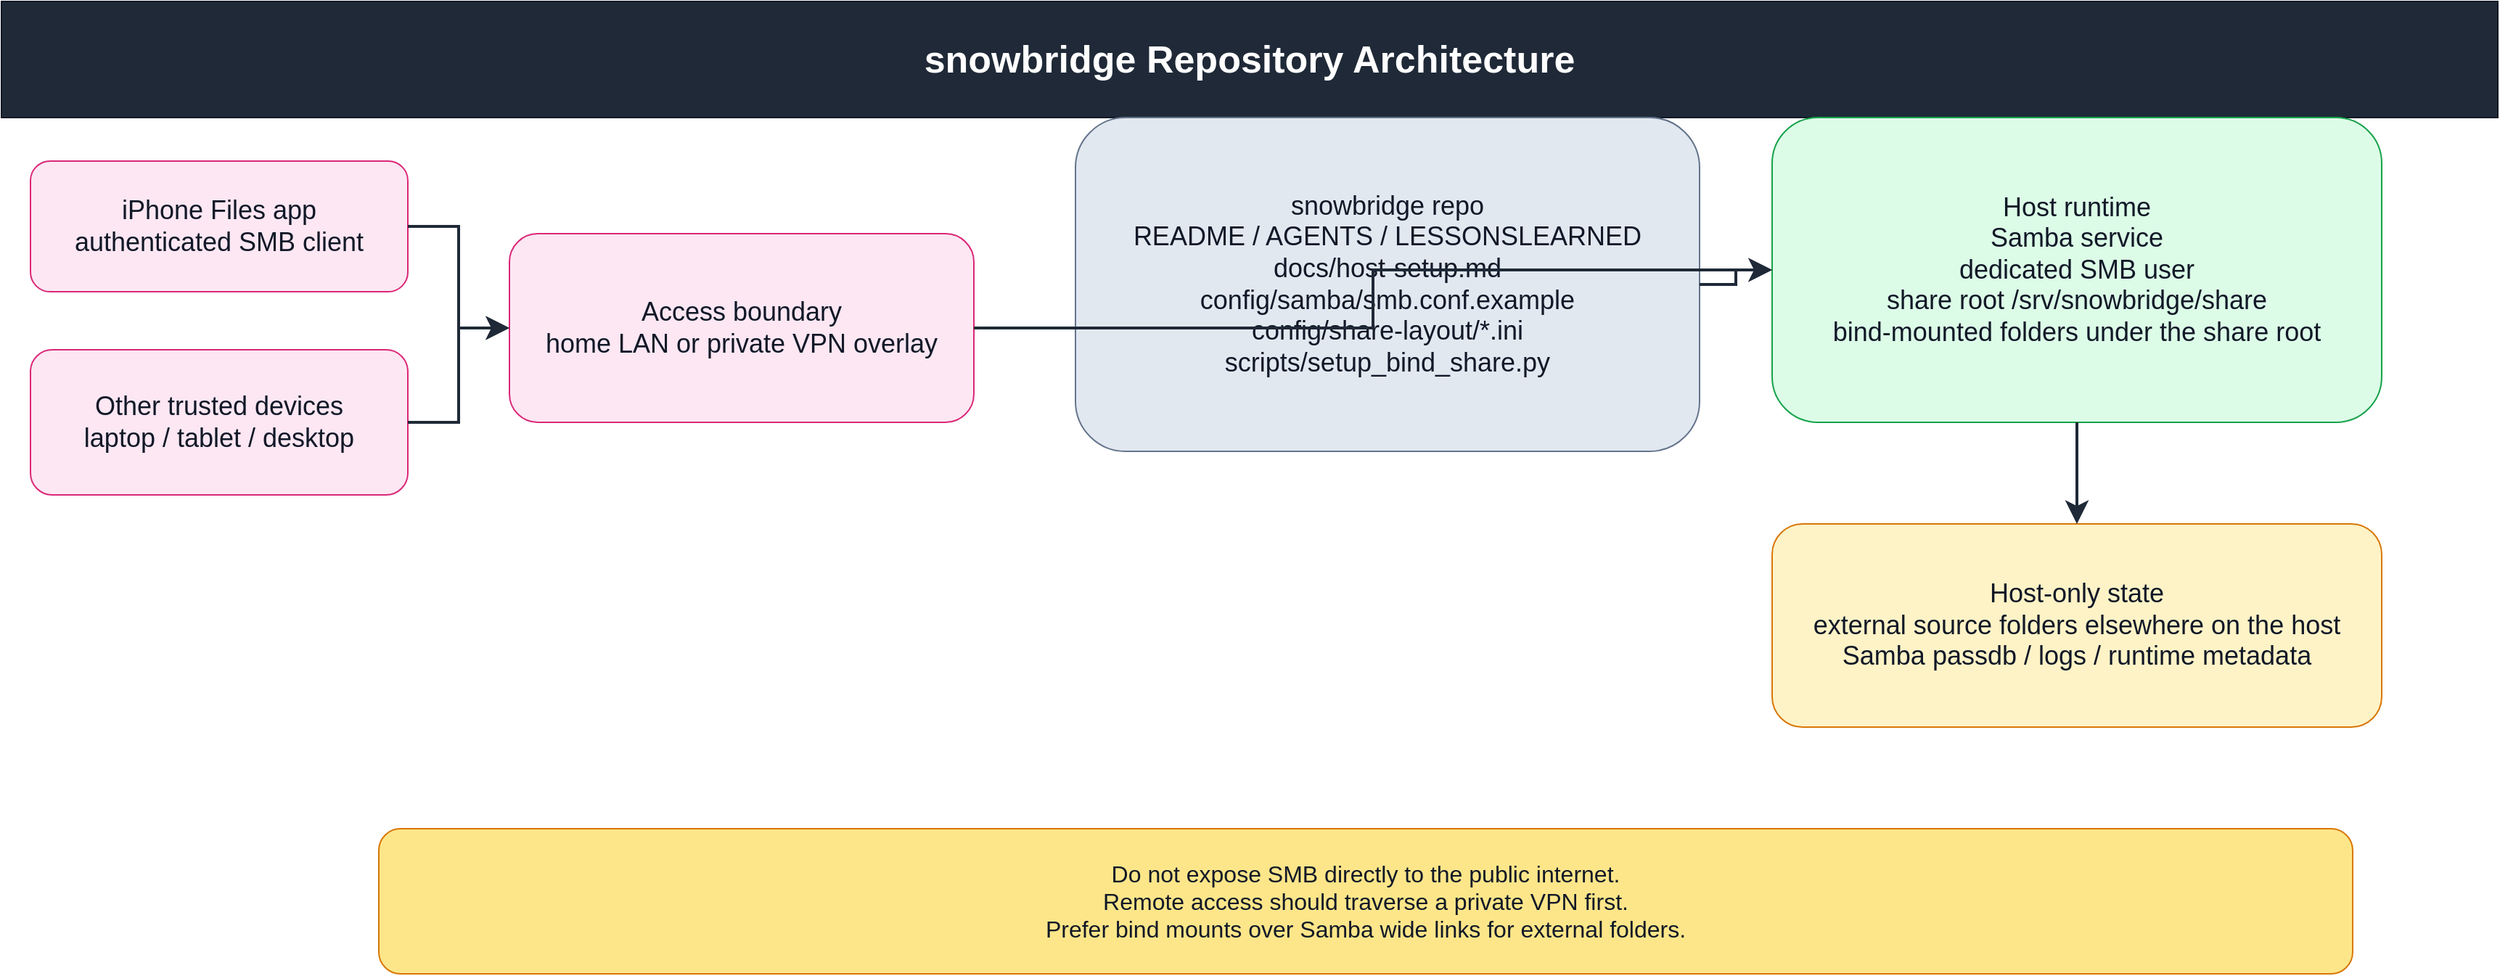
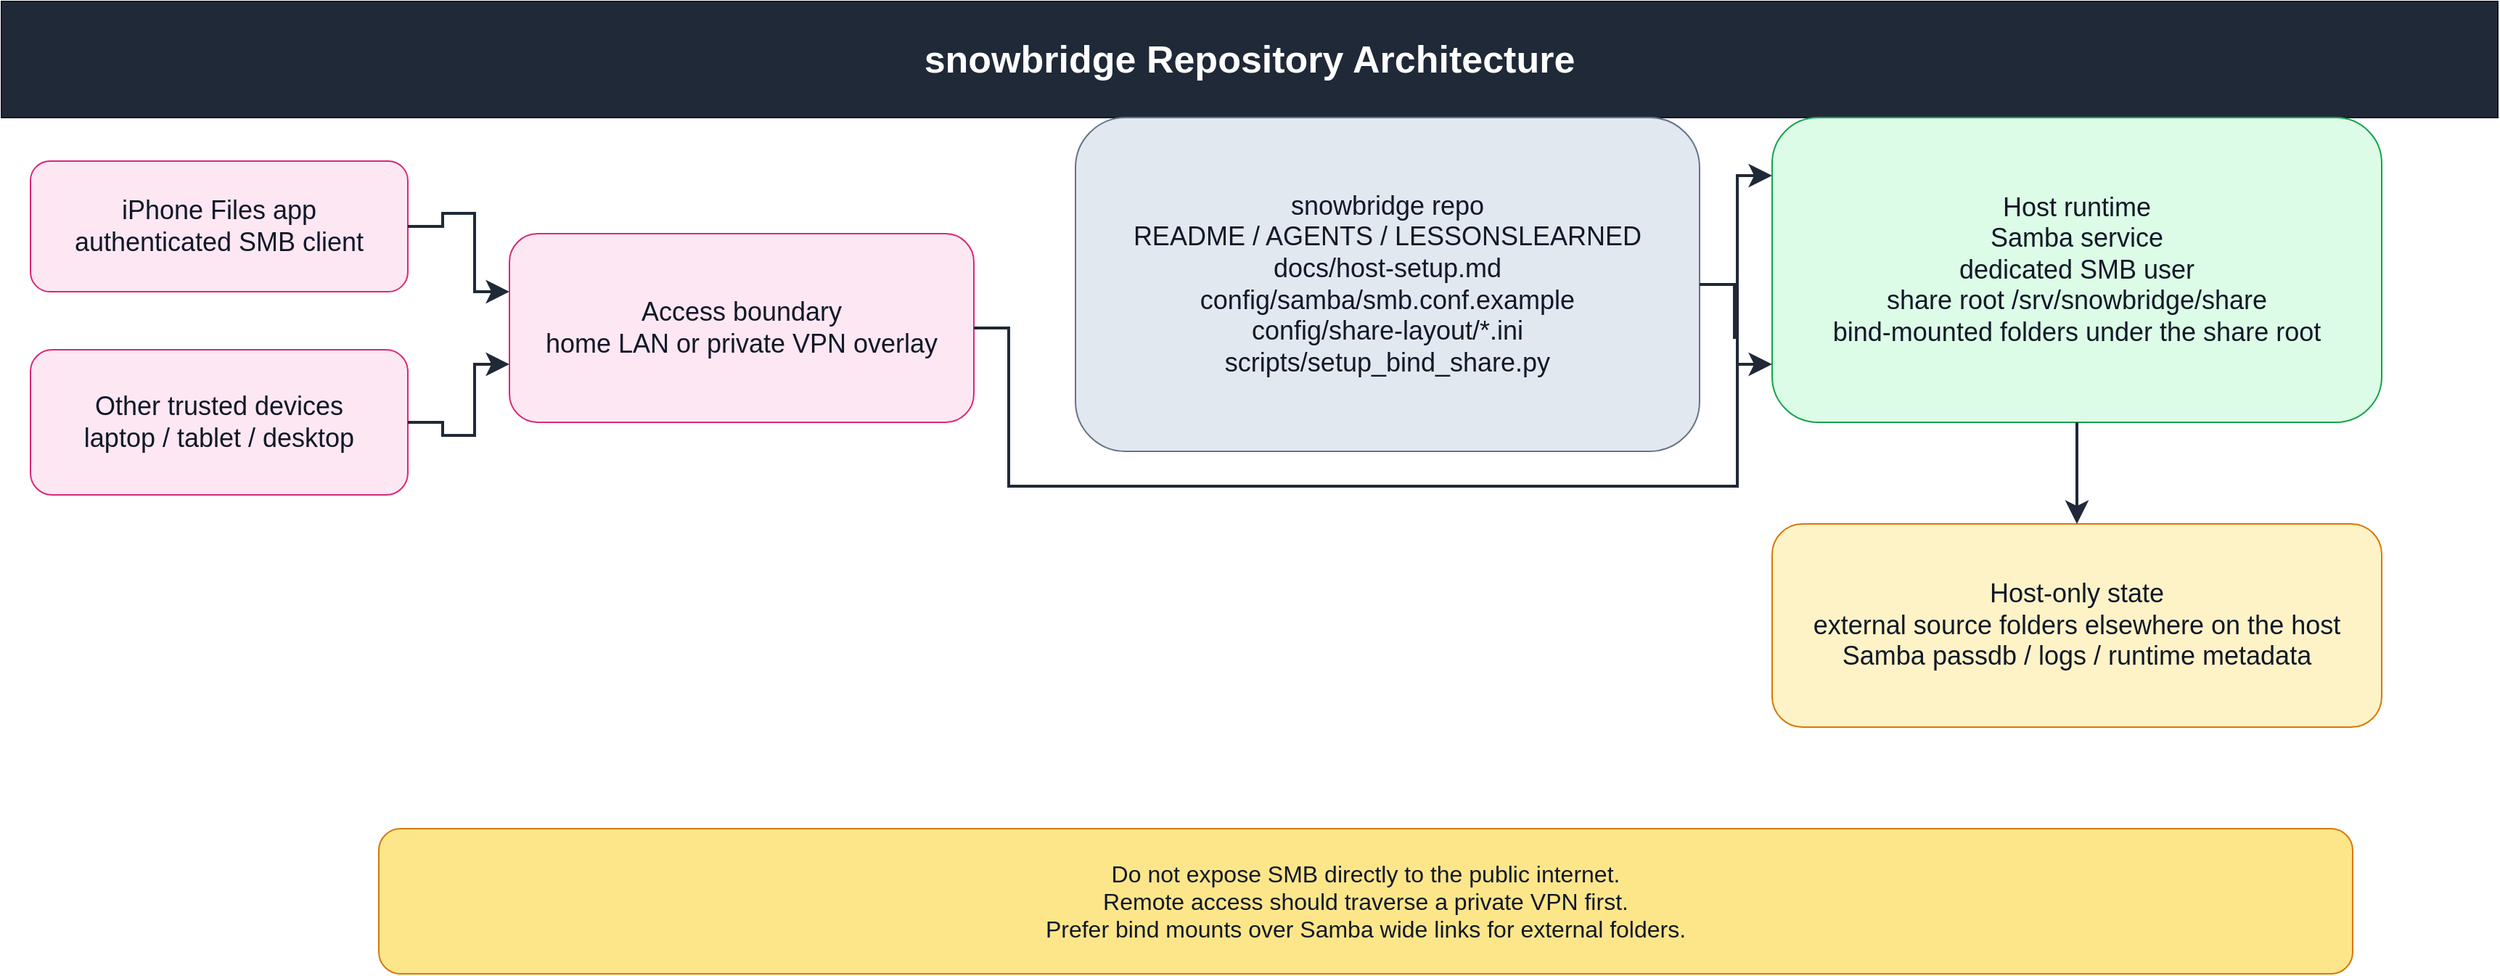
- <?xml version="1.0" encoding="UTF-8"?>
+ <?xml version='1.0' encoding='utf-8'?>
<mxfile host="app.diagrams.net" modified="2026-03-28T00:00:00-04:00" agent="Codex GPT-5" version="24.7.17" type="device" compressed="false">
  <diagram id="repo-architecture" name="Repo Architecture">
    <mxGraphModel dx="1800" dy="1200" grid="1" gridSize="10" guides="1" tooltips="1" connect="1" arrows="1" fold="1" page="1" pageScale="1" pageWidth="1800" pageHeight="1200" math="0" shadow="0" keepEdgesInForeground="1" keepEdgesInBackground="0">
      <root>
        <mxCell id="0" />
        <mxCell id="1" parent="0" />
        <mxCell id="2" value="snowbridge Repository Architecture" style="rounded=0;whiteSpace=wrap;html=0;fillColor=#1F2937;strokeColor=#111827;fontColor=#FFFFFF;fontSize=26;fontStyle=1;align=center;verticalAlign=middle;spacing=10;" vertex="1" parent="1">
          <mxGeometry x="40" y="20" width="1720" height="80" as="geometry" />
        </mxCell>
        <mxCell id="10" value="iPhone Files app&#10;authenticated SMB client" style="rounded=1;whiteSpace=wrap;html=0;fillColor=#FCE7F3;strokeColor=#DB2777;fontColor=#111827;fontSize=18;align=center;verticalAlign=middle;spacing=8;" vertex="1" parent="1">
          <mxGeometry x="60" y="130" width="260" height="90" as="geometry" />
        </mxCell>
        <mxCell id="11" value="Other trusted devices&#10;laptop / tablet / desktop" style="rounded=1;whiteSpace=wrap;html=0;fillColor=#FCE7F3;strokeColor=#DB2777;fontColor=#111827;fontSize=18;align=center;verticalAlign=middle;spacing=8;" vertex="1" parent="1">
          <mxGeometry x="60" y="260" width="260" height="100" as="geometry" />
        </mxCell>
        <mxCell id="20" value="Access boundary&#10;home LAN or private VPN overlay" style="rounded=1;whiteSpace=wrap;html=0;fillColor=#FCE7F3;strokeColor=#DB2777;fontColor=#111827;fontSize=18;align=center;verticalAlign=middle;spacing=8;" vertex="1" parent="1">
          <mxGeometry x="390" y="180" width="320" height="130" as="geometry" />
        </mxCell>
        <mxCell id="30" value="snowbridge repo&#10;README / AGENTS / LESSONSLEARNED&#10;docs/host-setup.md&#10;config/samba/smb.conf.example&#10;config/share-layout/*.ini&#10;scripts/setup_bind_share.py" style="rounded=1;whiteSpace=wrap;html=0;fillColor=#E2E8F0;strokeColor=#64748B;fontColor=#111827;fontSize=18;align=center;verticalAlign=middle;spacing=8;" vertex="1" parent="1">
          <mxGeometry x="780" y="100" width="430" height="230" as="geometry" />
        </mxCell>
        <mxCell id="40" value="Host runtime&#10;Samba service&#10;dedicated SMB user&#10;share root /srv/snowbridge/share&#10;bind-mounted folders under the share root" style="rounded=1;whiteSpace=wrap;html=0;fillColor=#DCFCE7;strokeColor=#16A34A;fontColor=#111827;fontSize=18;align=center;verticalAlign=middle;spacing=8;" vertex="1" parent="1">
          <mxGeometry x="1260" y="100" width="420" height="210" as="geometry" />
        </mxCell>
        <mxCell id="50" value="Host-only state&#10;external source folders elsewhere on the host&#10;Samba passdb / logs / runtime metadata" style="rounded=1;whiteSpace=wrap;html=0;fillColor=#FEF3C7;strokeColor=#D97706;fontColor=#111827;fontSize=18;align=center;verticalAlign=middle;spacing=8;" vertex="1" parent="1">
          <mxGeometry x="1260" y="380" width="420" height="140" as="geometry" />
        </mxCell>
        <mxCell id="60" value="Do not expose SMB directly to the public internet.&#10;Remote access should traverse a private VPN first.&#10;Prefer bind mounts over Samba wide links for external folders." style="rounded=1;whiteSpace=wrap;html=0;fillColor=#FDE68A;strokeColor=#D97706;fontColor=#111827;fontSize=16;align=center;verticalAlign=middle;spacing=8;" vertex="1" parent="1">
          <mxGeometry x="300" y="590" width="1360" height="100" as="geometry" />
        </mxCell>
-         <mxCell id="500" style="rounded=0;html=0;strokeColor=#1F2937;edgeStyle=orthogonalEdgeStyle;orthogonalLoop=1;jettySize=12;endArrow=classic;endFill=1;endSize=10;strokeWidth=2;" edge="1" parent="1" source="10" target="20">
-           <mxGeometry relative="1" as="geometry" />
+         <mxCell id="500" style="rounded=0;html=0;strokeColor=#1F2937;edgeStyle=orthogonalEdgeStyle;orthogonalLoop=1;jettySize=12;endArrow=classic;endFill=1;endSize=10;strokeWidth=2;jumpStyle=arc;jumpSize=10;" edge="1" parent="1" source="10" target="20">
+           <mxGeometry relative="1" as="geometry" archilityManagedRoute="1">
+             <Array as="points">
+               <mxPoint x="344" y="175" />
+               <mxPoint x="344" y="166" />
+               <mxPoint x="366" y="166" />
+               <mxPoint x="366" y="220" />
+             </Array>
+           </mxGeometry>
        </mxCell>
-         <mxCell id="501" style="rounded=0;html=0;strokeColor=#1F2937;edgeStyle=orthogonalEdgeStyle;orthogonalLoop=1;jettySize=12;endArrow=classic;endFill=1;endSize=10;strokeWidth=2;" edge="1" parent="1" source="11" target="20">
-           <mxGeometry relative="1" as="geometry" />
+         <mxCell id="501" style="rounded=0;html=0;strokeColor=#1F2937;edgeStyle=orthogonalEdgeStyle;orthogonalLoop=1;jettySize=12;endArrow=classic;endFill=1;endSize=10;strokeWidth=2;jumpStyle=arc;jumpSize=10;" edge="1" parent="1" source="11" target="20">
+           <mxGeometry relative="1" as="geometry" archilityManagedRoute="1">
+             <Array as="points">
+               <mxPoint x="344" y="310" />
+               <mxPoint x="344" y="319" />
+               <mxPoint x="366" y="319" />
+               <mxPoint x="366" y="270" />
+             </Array>
+           </mxGeometry>
        </mxCell>
-         <mxCell id="502" style="rounded=0;html=0;strokeColor=#1F2937;edgeStyle=orthogonalEdgeStyle;orthogonalLoop=1;jettySize=12;endArrow=classic;endFill=1;endSize=10;strokeWidth=2;" edge="1" parent="1" source="20" target="40">
-           <mxGeometry relative="1" as="geometry" />
+         <mxCell id="502" style="rounded=0;html=0;strokeColor=#1F2937;edgeStyle=orthogonalEdgeStyle;orthogonalLoop=1;jettySize=12;endArrow=classic;endFill=1;endSize=10;strokeWidth=2;jumpStyle=arc;jumpSize=10;" edge="1" parent="1" source="20" target="40">
+           <mxGeometry relative="1" as="geometry" archilityManagedRoute="1">
+             <Array as="points">
+               <mxPoint x="734" y="245" />
+               <mxPoint x="734" y="354" />
+               <mxPoint x="1236" y="354" />
+               <mxPoint x="1236" y="140" />
+             </Array>
+           </mxGeometry>
        </mxCell>
-         <mxCell id="503" style="rounded=0;html=0;strokeColor=#1F2937;edgeStyle=orthogonalEdgeStyle;orthogonalLoop=1;jettySize=12;endArrow=classic;endFill=1;endSize=10;strokeWidth=2;" edge="1" parent="1" source="30" target="40">
-           <mxGeometry relative="1" as="geometry" />
+         <mxCell id="503" style="rounded=0;html=0;strokeColor=#1F2937;edgeStyle=orthogonalEdgeStyle;orthogonalLoop=1;jettySize=12;endArrow=classic;endFill=1;endSize=10;strokeWidth=2;jumpStyle=arc;jumpSize=10;" edge="1" parent="1" source="30" target="40">
+           <mxGeometry relative="1" as="geometry" archilityManagedRoute="1">
+             <Array as="points">
+               <mxPoint x="1234" y="215" />
+               <mxPoint x="1234" y="251.5" />
+               <mxPoint x="1236" y="251.5" />
+               <mxPoint x="1236" y="270" />
+             </Array>
+           </mxGeometry>
        </mxCell>
-         <mxCell id="504" style="rounded=0;html=0;strokeColor=#1F2937;edgeStyle=orthogonalEdgeStyle;orthogonalLoop=1;jettySize=12;endArrow=classic;endFill=1;endSize=10;strokeWidth=2;" edge="1" parent="1" source="40" target="50">
-           <mxGeometry relative="1" as="geometry" />
+         <mxCell id="504" style="rounded=0;html=0;strokeColor=#1F2937;edgeStyle=orthogonalEdgeStyle;orthogonalLoop=1;jettySize=12;endArrow=classic;endFill=1;endSize=10;strokeWidth=2;jumpStyle=arc;jumpSize=10;" edge="1" parent="1" source="40" target="50">
+           <mxGeometry relative="1" as="geometry" archilityManagedRoute="1">
+             <Array as="points">
+               <mxPoint x="1470" y="334" />
+               <mxPoint x="1470" y="356" />
+             </Array>
+           </mxGeometry>
        </mxCell>
      </root>
    </mxGraphModel>
  </diagram>
</mxfile>
